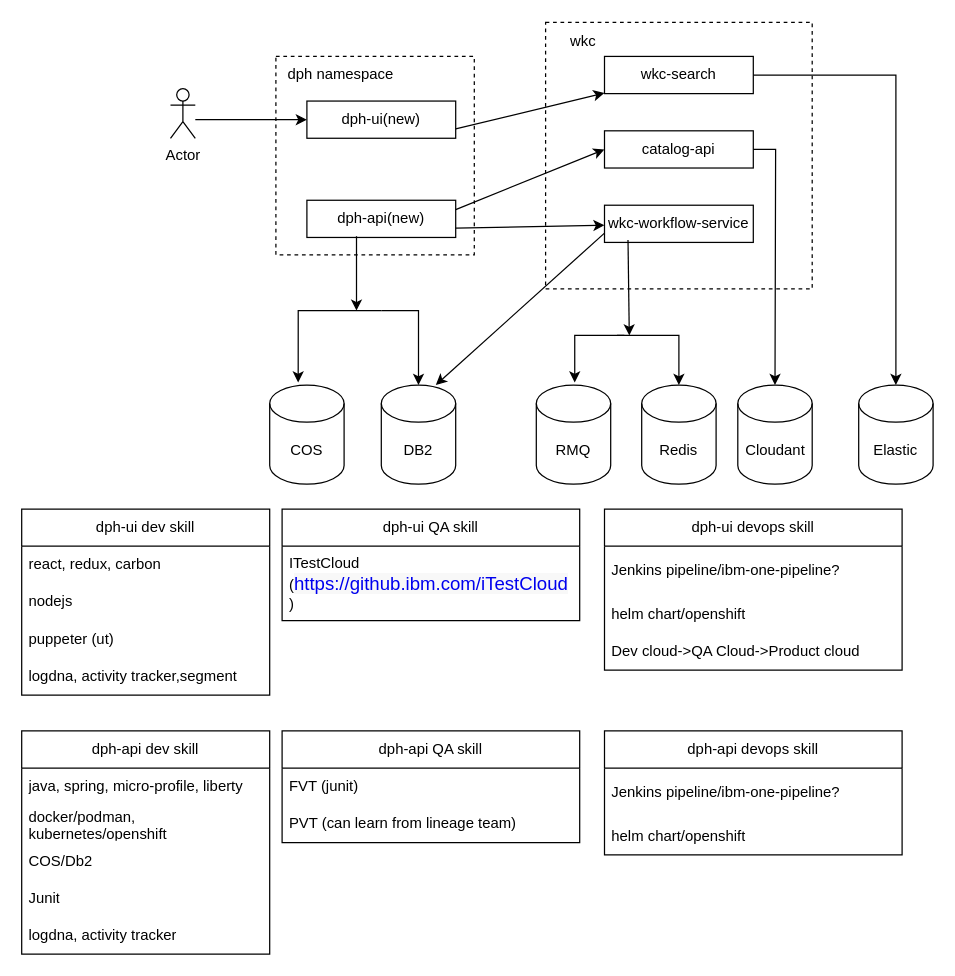
Before: assets/dph_arch_and_skill.drawio in ganisback/draw.io, a draw.io diagram. Source tidied: cells renumbered, new cells numbered last; positions are measured from the earlier drawing's top-left corner, leaving out a move shared by most shapes. Both pictures are drawn from the tidied source at 124%, with x=0, y=0 at pixel (21, 22).
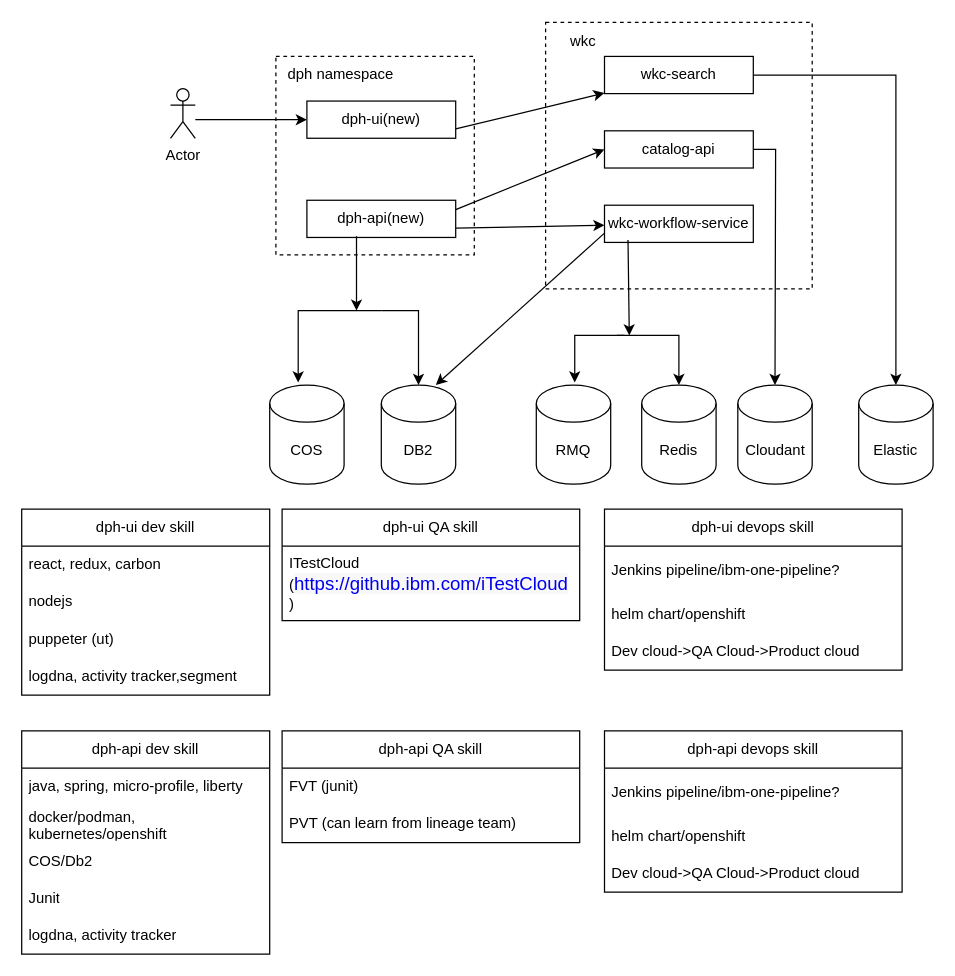
After the change.

Change to the diagram source:
```diff
@@
     <mxCell id="51" value="dph-api devops skill" style="swimlane;fontStyle=0;horizontal=1;startSize=30;whiteSpace=wrap;html=1;" parent="1" vertex="1">
-      <mxGeometry x="470" y="571" width="240" height="100" as="geometry" />
+      <mxGeometry x="470" y="571" width="240" height="130" as="geometry" />
     </mxCell>
@@
+    <mxCell id="54" value="Dev cloud-&amp;gt;QA Cloud-&amp;gt;Product cloud" style="text;strokeColor=none;fillColor=none;align=left;verticalAlign=middle;spacingLeft=4;spacingRight=4;overflow=hidden;whiteSpace=wrap;html=1;" parent="51" vertex="1">
+      <mxGeometry y="100" width="240" height="30" as="geometry" />
+    </mxCell>
```
